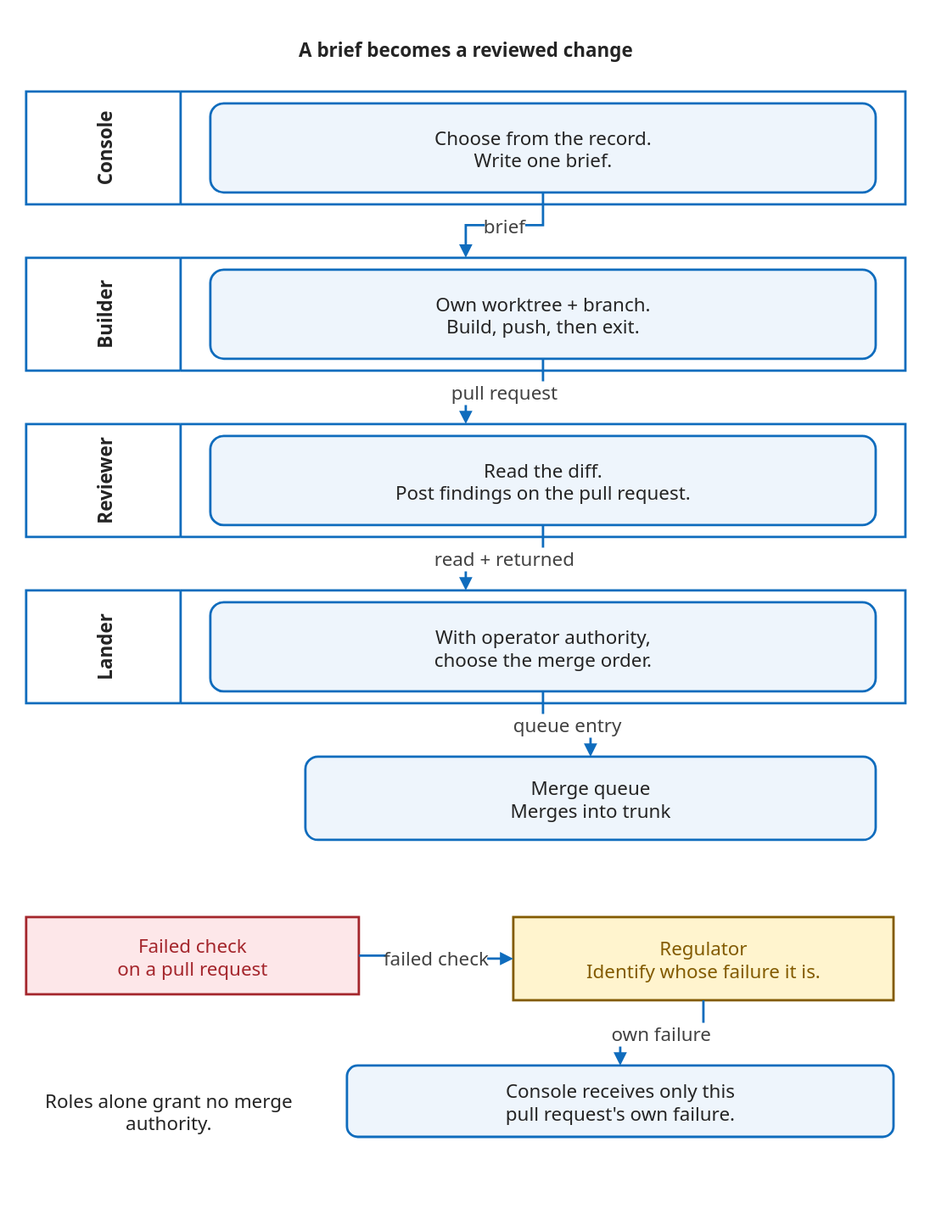
Before: docs/assets/diagrams/g04-build-handoffs.svg, a diagram exported from draw.io (wshallwshall/korus). Source tidied: cells renumbered, new cells last; positions are measured from the earlier drawing's top-left corner, leaving out a move shared by most shapes.
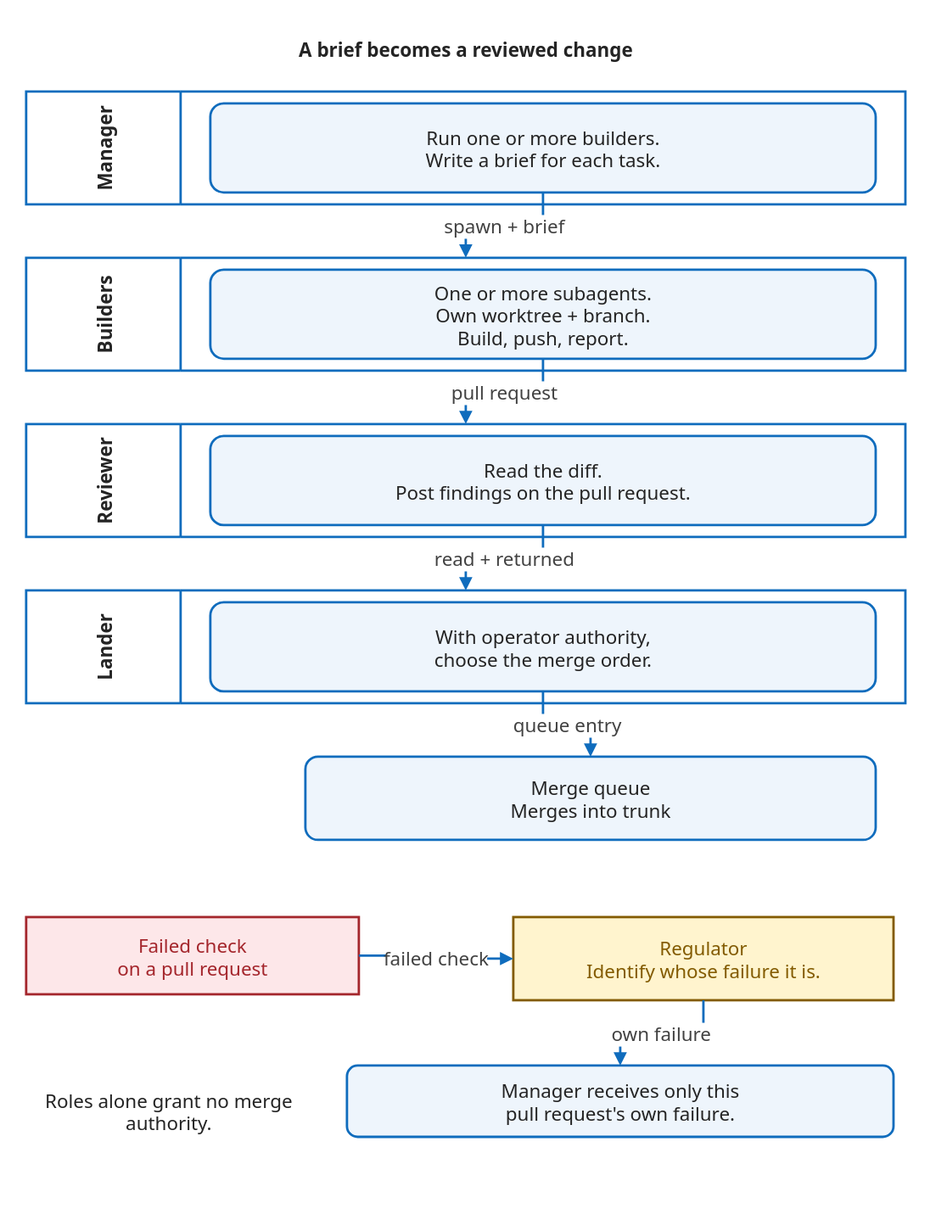
After the change.

Change to the diagram source:
```diff
@@ -8,19 +8,19 @@
     <mxCell id="3" value="A brief becomes a reviewed change" style="html=0;fontFamily=Segoe UI,Arial,sans-serif;fontSize=16;fontColor=#242424;strokeColor=#0f6cbd;strokeWidth=2;fillColor=#eef5fc;spacing=10;fillColor=none;strokeColor=none;spacing=0;fontStyle=1;fontFamily=Segoe UI,Arial,sans-serif;fontSize=16;" parent="1" vertex="1">
       <mxGeometry x="10" y="8" width="740" height="42" as="geometry" />
     </mxCell>
-    <mxCell id="4" value="Console" style="html=0;fontFamily=Segoe UI,Arial,sans-serif;fontSize=16;fontColor=#242424;strokeColor=#0f6cbd;strokeWidth=2;fillColor=#eef5fc;spacing=10;swimlane;startSize=130;horizontal=0;fillColor=#ffffff;fontFamily=Segoe UI,Arial,sans-serif;fontSize=16;" parent="1" vertex="1">
+    <mxCell id="4" value="Manager" style="html=0;fontFamily=Segoe UI,Arial,sans-serif;fontSize=16;fontColor=#242424;strokeColor=#0f6cbd;strokeWidth=2;fillColor=#eef5fc;spacing=10;swimlane;startSize=130;horizontal=0;fillColor=#ffffff;fontFamily=Segoe UI,Arial,sans-serif;fontSize=16;" parent="1" vertex="1">
       <mxGeometry x="10" y="65" width="740" height="95" as="geometry" />
     </mxCell>
-    <mxCell id="5" value="Choose from the record.&#10;Write one brief." style="html=0;fontFamily=Segoe UI,Arial,sans-serif;fontSize=16;fontColor=#242424;strokeColor=#0f6cbd;strokeWidth=2;fillColor=#eef5fc;spacing=10;rounded=1;fontFamily=Segoe UI,Arial,sans-serif;fontSize=16;" parent="4" vertex="1">
+    <mxCell id="5" value="Run one or more builders.&#10;Write a brief for each task." style="html=0;fontFamily=Segoe UI,Arial,sans-serif;fontSize=16;fontColor=#242424;strokeColor=#0f6cbd;strokeWidth=2;fillColor=#eef5fc;spacing=10;rounded=1;fontFamily=Segoe UI,Arial,sans-serif;fontSize=16;" parent="4" vertex="1">
       <mxGeometry x="155" y="10" width="560" height="75" as="geometry" />
     </mxCell>
-    <mxCell id="6" value="Builder" style="html=0;fontFamily=Segoe UI,Arial,sans-serif;fontSize=16;fontColor=#242424;strokeColor=#0f6cbd;strokeWidth=2;fillColor=#eef5fc;spacing=10;swimlane;startSize=130;horizontal=0;fillColor=#ffffff;fontFamily=Segoe UI,Arial,sans-serif;fontSize=16;" parent="1" vertex="1">
+    <mxCell id="6" value="Builders" style="html=0;fontFamily=Segoe UI,Arial,sans-serif;fontSize=16;fontColor=#242424;strokeColor=#0f6cbd;strokeWidth=2;fillColor=#eef5fc;spacing=10;swimlane;startSize=130;horizontal=0;fillColor=#ffffff;fontFamily=Segoe UI,Arial,sans-serif;fontSize=16;" parent="1" vertex="1">
       <mxGeometry x="10" y="205" width="740" height="95" as="geometry" />
     </mxCell>
-    <mxCell id="7" value="Own worktree + branch.&#10;Build, push, then exit." style="html=0;fontFamily=Segoe UI,Arial,sans-serif;fontSize=16;fontColor=#242424;strokeColor=#0f6cbd;strokeWidth=2;fillColor=#eef5fc;spacing=10;rounded=1;fontFamily=Segoe UI,Arial,sans-serif;fontSize=16;" parent="6" vertex="1">
+    <mxCell id="7" value="One or more subagents.&#10;Own worktree + branch.&#10;Build, push, report." style="html=0;fontFamily=Segoe UI,Arial,sans-serif;fontSize=16;fontColor=#242424;strokeColor=#0f6cbd;strokeWidth=2;fillColor=#eef5fc;spacing=10;rounded=1;fontFamily=Segoe UI,Arial,sans-serif;fontSize=16;" parent="6" vertex="1">
       <mxGeometry x="155" y="10" width="560" height="75" as="geometry" />
     </mxCell>
-    <mxCell id="8" value="brief" style="edgeStyle=orthogonalEdgeStyle;rounded=0;html=0;fontFamily=Segoe UI,Arial,sans-serif;fontSize=16;fontColor=#424242;labelBackgroundColor=#ffffff;strokeColor=#0f6cbd;strokeWidth=2;endArrow=block;endFill=1;" parent="1" edge="1" source="5" target="6">
+    <mxCell id="8" value="spawn + brief" style="edgeStyle=orthogonalEdgeStyle;rounded=0;html=0;fontFamily=Segoe UI,Arial,sans-serif;fontSize=16;fontColor=#424242;labelBackgroundColor=#ffffff;strokeColor=#0f6cbd;strokeWidth=2;endArrow=block;endFill=1;" parent="1" edge="1" source="5" target="6">
       <mxGeometry relative="1" as="geometry" />
     </mxCell>
     <mxCell id="9" value="Reviewer" style="html=0;fontFamily=Segoe UI,Arial,sans-serif;fontSize=16;fontColor=#242424;strokeColor=#0f6cbd;strokeWidth=2;fillColor=#eef5fc;spacing=10;swimlane;startSize=130;horizontal=0;fillColor=#ffffff;fontFamily=Segoe UI,Arial,sans-serif;fontSize=16;" parent="1" vertex="1">
@@ -56,7 +56,7 @@
     <mxCell id="19" value="failed check" style="edgeStyle=orthogonalEdgeStyle;rounded=0;html=0;fontFamily=Segoe UI,Arial,sans-serif;fontSize=16;fontColor=#424242;labelBackgroundColor=#ffffff;strokeColor=#0f6cbd;strokeWidth=2;endArrow=block;endFill=1;" parent="1" edge="1" source="17" target="18">
       <mxGeometry relative="1" as="geometry" />
     </mxCell>
-    <mxCell id="20" value="Console receives only this&#10;pull request's own failure." style="html=0;fontFamily=Segoe UI,Arial,sans-serif;fontSize=16;fontColor=#242424;strokeColor=#0f6cbd;strokeWidth=2;fillColor=#eef5fc;spacing=10;rounded=1;fontFamily=Segoe UI,Arial,sans-serif;fontSize=16;" parent="1" vertex="1">
+    <mxCell id="20" value="Manager receives only this&#10;pull request's own failure." style="html=0;fontFamily=Segoe UI,Arial,sans-serif;fontSize=16;fontColor=#242424;strokeColor=#0f6cbd;strokeWidth=2;fillColor=#eef5fc;spacing=10;rounded=1;fontFamily=Segoe UI,Arial,sans-serif;fontSize=16;" parent="1" vertex="1">
       <mxGeometry x="280" y="885" width="460" height="60" as="geometry" />
     </mxCell>
     <mxCell id="21" value="own failure" style="edgeStyle=orthogonalEdgeStyle;rounded=0;html=0;fontFamily=Segoe UI,Arial,sans-serif;fontSize=16;fontColor=#424242;labelBackgroundColor=#ffffff;strokeColor=#0f6cbd;strokeWidth=2;endArrow=block;endFill=1;" parent="1" edge="1" source="18" target="20">
```
